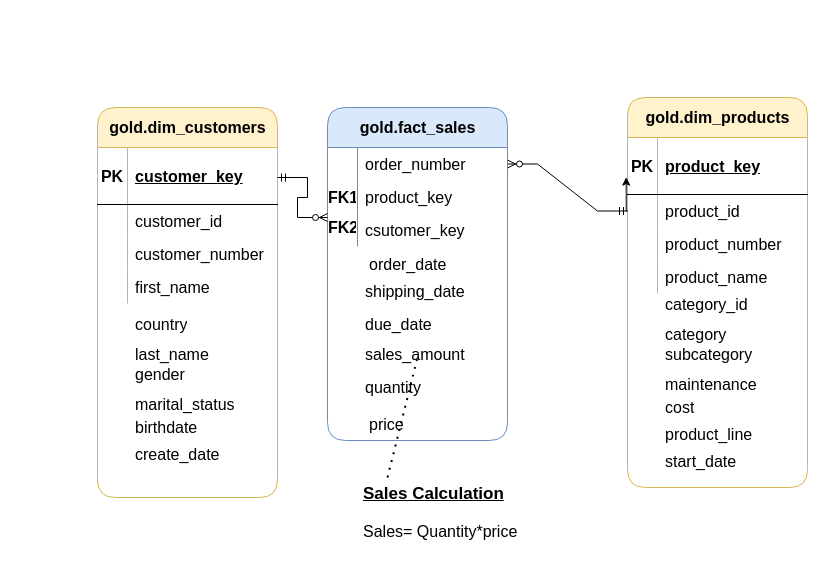
Earlier version of the draw.io diagram data.drawio (hocine-drioueche/sql-data-warehouse-project). Source tidied: cells renumbered, new cells numbered last; positions are measured from the earlier drawing's top-left corner, leaving out a move shared by most shapes. Both pictures are drawn from the tidied source at 100%, with x=0, y=0 at pixel (97, 97).
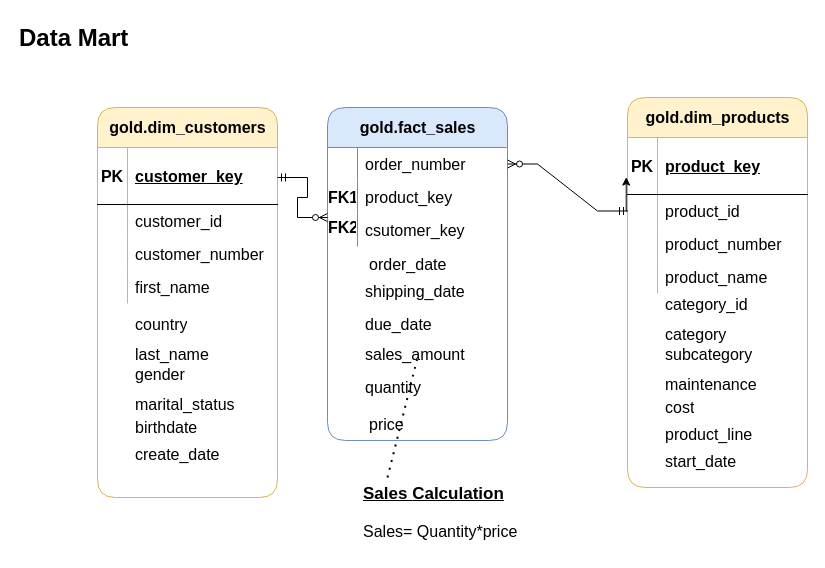
The same diagram, later.

Commit message:
Mettre à jour data.drawio

Diff of the diagram source:
```diff
@@
+    <mxCell id="96" value="&lt;h1 style=&quot;margin-top: 0px;&quot;&gt;Data Mart&lt;/h1&gt;" style="text;html=1;whiteSpace=wrap;overflow=hidden;rounded=0;" parent="1" vertex="1">
+      <mxGeometry x="-80" y="-80" width="180" height="50" as="geometry" />
+    </mxCell>
```
